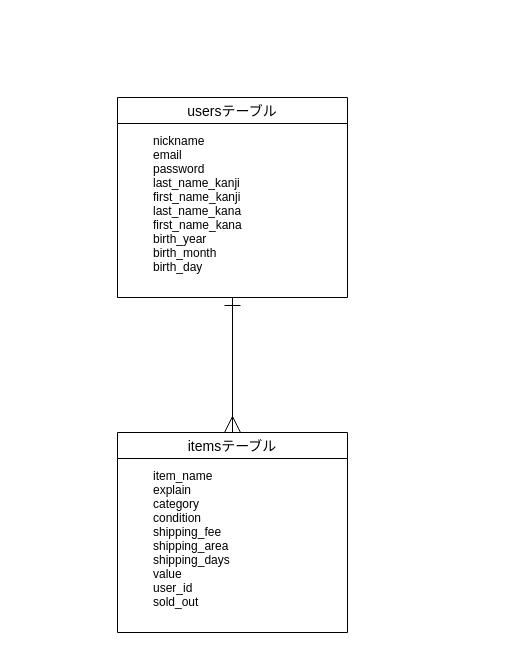
The draw.io diagram er.dio in Shinji-ux/furima-41418, before the edit. Source tidied: cells renumbered, new cells numbered last; positions are measured from the earlier drawing's top-left corner, leaving out a move shared by most shapes. Both pictures are drawn from the tidied source at 100%, with x=0, y=0 at pixel (117, 97).
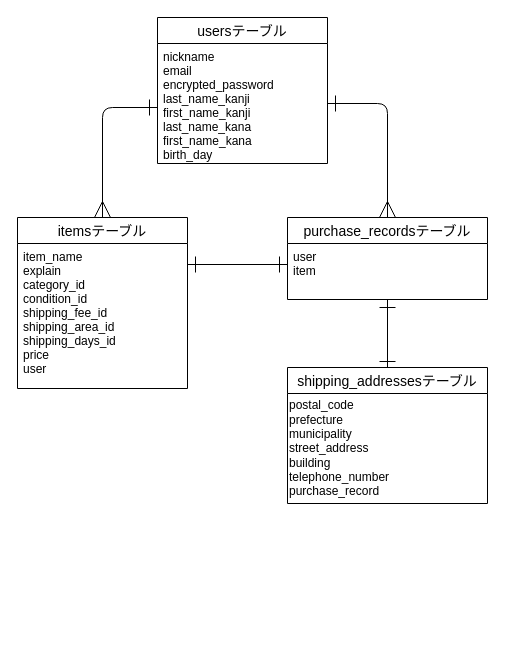
Above is the later version.

Commit message (it also covers changes not shown here):
【再】データベース設計

The edit, as a diff of the source:
```diff
@@
 <mxGraphModel>
   <root>
     <mxCell id="0" />
     <mxCell id="1" parent="0" />
     <mxCell id="2" value="usersテーブル" style="swimlane;fontStyle=0;horizontal=1;startSize=26;align=center;fontSize=14;" parent="1" vertex="1">
-      <mxGeometry width="230" height="200" as="geometry" />
+      <mxGeometry x="40" y="-80" width="170" height="146" as="geometry" />
     </mxCell>
-    <mxCell id="3" value="nickname&#10;email&#10;password&#10;last_name_kanji&#10;first_name_kanji&#10;last_name_kana&#10;first_name_kana&#10;birth_year&#10;birth_month&#10;birth_day" style="text;strokeColor=none;fillColor=none;spacingLeft=4;spacingRight=4;overflow=hidden;points=[[0,0.5],[1,0.5]];portConstraint=eastwest;fontSize=12;" parent="1" vertex="1">
-      <mxGeometry x="30" y="30" width="230" height="174" as="geometry" />
+    <mxCell id="3" value="nickname&#10;email&#10;encrypted_password&#10;last_name_kanji&#10;first_name_kanji&#10;last_name_kana&#10;first_name_kana&#10;birth_day" style="text;strokeColor=none;fillColor=none;spacingLeft=4;spacingRight=4;overflow=hidden;points=[[0,0.5],[1,0.5]];portConstraint=eastwest;fontSize=12;" parent="2" vertex="1">
+      <mxGeometry y="26" width="170" height="120" as="geometry" />
     </mxCell>
-    <mxCell id="4" style="edgeStyle=none;html=1;exitX=0.5;exitY=0;exitDx=0;exitDy=0;endArrow=ERone;endFill=0;startArrow=ERmany;startFill=0;targetPerimeterSpacing=0;endSize=14;startSize=14;" parent="1" edge="1" source="5">
-      <mxGeometry relative="1" as="geometry">
-        <mxPoint x="115" y="200" as="targetPoint" />
-      </mxGeometry>
-    </mxCell>
+    <mxCell id="7" style="edgeStyle=none;html=1;exitX=0.5;exitY=0;exitDx=0;exitDy=0;startArrow=ERmany;startFill=0;endArrow=ERone;endFill=0;startSize=14;endSize=14;targetPerimeterSpacing=0;" parent="1" edge="1" source="5">
+      <mxGeometry relative="1" as="geometry">
+        <mxPoint x="40" y="10" as="targetPoint" />
+        <Array as="points">
+          <mxPoint x="-15" y="10" />
+        </Array>
+      </mxGeometry>
+    </mxCell>
     <mxCell id="5" value="itemsテーブル" style="swimlane;fontStyle=0;horizontal=1;startSize=26;align=center;fontSize=14;" parent="1" vertex="1">
-      <mxGeometry y="335" width="230" height="200" as="geometry" />
+      <mxGeometry x="-100" y="120" width="170" height="171" as="geometry" />
     </mxCell>
-    <mxCell id="6" value="item_name&#10;explain&#10;category&#10;condition&#10;shipping_fee&#10;shipping_area&#10;shipping_days&#10;value&#10;user_id&#10;sold_out" style="text;strokeColor=none;fillColor=none;spacingLeft=4;spacingRight=4;overflow=hidden;fontSize=12;" parent="1" vertex="1">
-      <mxGeometry x="30" y="365" width="230" height="174" as="geometry" />
+    <mxCell id="6" value="item_name&#10;explain&#10;category_id&#10;condition_id&#10;shipping_fee_id&#10;shipping_area_id&#10;shipping_days_id&#10;price&#10;user" style="text;strokeColor=none;fillColor=none;spacingLeft=4;spacingRight=4;overflow=hidden;fontSize=12;" parent="5" vertex="1">
+      <mxGeometry y="26" width="170" height="145" as="geometry" />
     </mxCell>
+    <mxCell id="8" style="edgeStyle=none;html=1;exitX=0.5;exitY=0;exitDx=0;exitDy=0;entryX=1;entryY=0.5;entryDx=0;entryDy=0;startArrow=ERmany;startFill=0;endArrow=ERone;endFill=0;startSize=14;endSize=14;targetPerimeterSpacing=0;" parent="1" edge="1" source="9" target="3">
+      <mxGeometry relative="1" as="geometry">
+        <Array as="points">
+          <mxPoint x="270" y="6" />
+        </Array>
+      </mxGeometry>
+    </mxCell>
+    <mxCell id="9" value="purchase_recordsテーブル" style="swimlane;fontStyle=0;horizontal=1;startSize=26;align=center;fontSize=14;" parent="1" vertex="1">
+      <mxGeometry x="170" y="120" width="200" height="82" as="geometry" />
+    </mxCell>
+    <mxCell id="10" value="user&#10;item" style="text;strokeColor=none;fillColor=none;spacingLeft=4;spacingRight=4;overflow=hidden;points=[[0,0.5],[1,0.5]];portConstraint=eastwest;fontSize=12;" parent="9" vertex="1">
+      <mxGeometry y="26" width="200" height="56" as="geometry" />
+    </mxCell>
+    <mxCell id="11" style="edgeStyle=none;html=1;exitX=0.5;exitY=0;exitDx=0;exitDy=0;startArrow=ERone;startFill=0;endArrow=ERone;endFill=0;startSize=14;endSize=14;targetPerimeterSpacing=0;" parent="1" edge="1">
+      <mxGeometry relative="1" as="geometry">
+        <mxPoint x="270" y="272" as="sourcePoint" />
+        <mxPoint x="270" y="202" as="targetPoint" />
+      </mxGeometry>
+    </mxCell>
+    <mxCell id="12" value="shipping_addressesテーブル" style="swimlane;fontStyle=0;horizontal=1;startSize=26;align=center;fontSize=14;" parent="1" vertex="1">
+      <mxGeometry x="170" y="270" width="200" height="136" as="geometry" />
+    </mxCell>
+    <mxCell id="13" value="postal_code&lt;br&gt;prefecture&lt;br&gt;municipality&lt;br&gt;street_address&lt;br&gt;building&lt;br&gt;telephone_number&lt;br&gt;purchase_record" style="text;html=1;align=left;verticalAlign=middle;strokeColor=none;fillColor=none;" parent="12" vertex="1">
+      <mxGeometry y="26" width="200" height="110" as="geometry" />
+    </mxCell>
+    <mxCell id="14" style="edgeStyle=none;html=1;entryX=0;entryY=0.375;entryDx=0;entryDy=0;entryPerimeter=0;startArrow=ERone;startFill=0;endArrow=ERone;endFill=0;startSize=14;endSize=14;targetPerimeterSpacing=0;" parent="1" edge="1" target="10">
+      <mxGeometry relative="1" as="geometry">
+        <mxPoint x="70" y="167" as="sourcePoint" />
+      </mxGeometry>
+    </mxCell>
   </root>
 </mxGraphModel>
```
